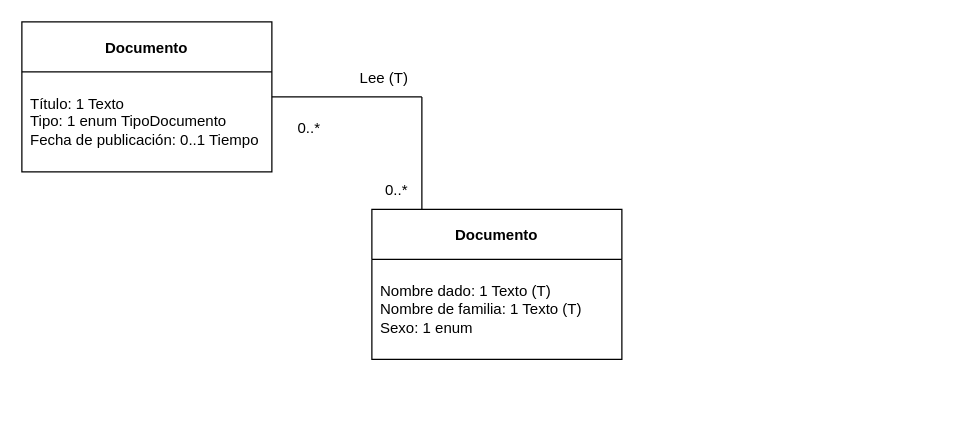
Above: ejercicio29.drawio in ESTHERRODRIGUEZGARCIA/TrabajoGrupal1-EDA (draw.io), before the change. Source tidied: cells renumbered, new cells numbered last; positions are measured from the earlier drawing's top-left corner, leaving out a move shared by most shapes. Both pictures are drawn from the tidied source at 125%, with x=0, y=0 at pixel (21, 21).
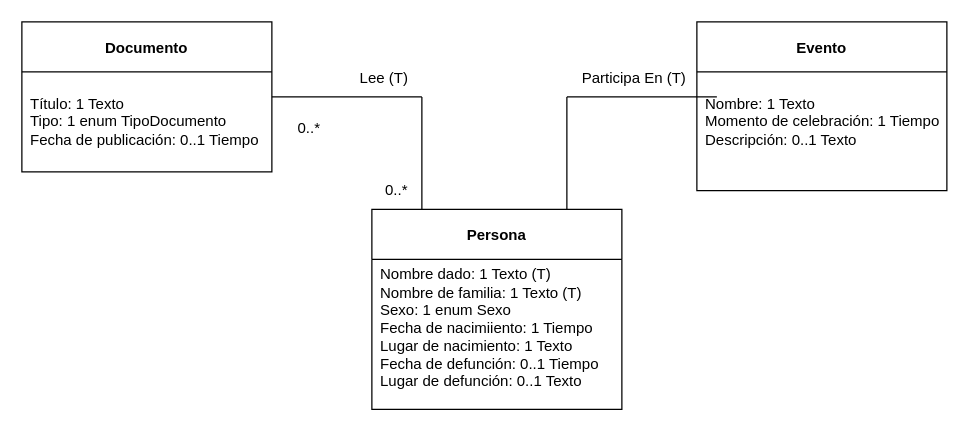
The same page after the edit.

Commit message:
guardar cambios

What changed in the source:
```diff
@@
 <mxGraphModel>
   <root>
     <mxCell id="0" />
     <mxCell id="1" parent="0" />
     <mxCell id="2" value="Documento" style="swimlane;startSize=40;" parent="1" vertex="1">
       <mxGeometry width="200" height="120" as="geometry" />
     </mxCell>
     <mxCell id="3" value="Título: 1 Texto&lt;br&gt;Tipo: 1 enum TipoDocumento&lt;br&gt;Fecha de publicación: 0..1 Tiempo" style="text;html=1;strokeColor=none;fillColor=none;align=left;verticalAlign=middle;whiteSpace=wrap;rounded=0;" parent="2" vertex="1">
       <mxGeometry x="5" y="25" width="190" height="110" as="geometry" />
     </mxCell>
     <mxCell id="4" style="endArrow=none;html=1;exitX=1;exitY=0.5;exitDx=0;exitDy=0;" parent="1" edge="1" source="2">
       <mxGeometry relative="1" as="geometry">
         <mxPoint x="320" y="60" as="targetPoint" />
       </mxGeometry>
     </mxCell>
     <mxCell id="5" value="0..*" style="text;html=1;strokeColor=none;fillColor=none;align=center;verticalAlign=middle;whiteSpace=wrap;rounded=0;" parent="1" vertex="1">
       <mxGeometry x="200" y="70" width="60" height="30" as="geometry" />
     </mxCell>
     <mxCell id="6" value="Lee (T)" style="text;html=1;strokeColor=none;fillColor=none;align=center;verticalAlign=middle;whiteSpace=wrap;rounded=0;" parent="1" vertex="1">
       <mxGeometry x="260" y="30" width="60" height="30" as="geometry" />
     </mxCell>
     <mxCell id="7" style="endArrow=none;html=1;exitX=1;exitY=1;exitDx=0;exitDy=0;" parent="1" edge="1" source="6">
       <mxGeometry relative="1" as="geometry">
         <mxPoint x="320" y="150" as="targetPoint" />
       </mxGeometry>
     </mxCell>
     <mxCell id="8" value="0..*" style="text;html=1;strokeColor=none;fillColor=none;align=center;verticalAlign=middle;whiteSpace=wrap;rounded=0;" parent="1" vertex="1">
       <mxGeometry x="270" y="120" width="60" height="30" as="geometry" />
     </mxCell>
-    <mxCell id="9" value="Documento" style="swimlane;startSize=40;" parent="1" vertex="1">
-      <mxGeometry x="280" y="150" width="200" height="120" as="geometry" />
+    <mxCell id="9" value="Persona" style="swimlane;startSize=40;" parent="1" vertex="1">
+      <mxGeometry x="280" y="150" width="200" height="160" as="geometry" />
     </mxCell>
-    <mxCell id="10" value="Nombre dado: 1 Texto (T)&lt;br&gt;Nombre de familia: 1 Texto (T)&lt;br&gt;Sexo: 1 enum" style="text;html=1;strokeColor=none;fillColor=none;align=left;verticalAlign=middle;whiteSpace=wrap;rounded=0;" parent="9" vertex="1">
-      <mxGeometry x="5" y="25" width="190" height="110" as="geometry" />
+    <mxCell id="10" value="Nombre dado: 1 Texto (T)&lt;br&gt;Nombre de familia: 1 Texto (T)&lt;br&gt;Sexo: 1 enum Sexo&lt;br&gt;Fecha de nacimiiento: 1 Tiempo&lt;br&gt;Lugar de nacimiento: 1 Texto&lt;br&gt;Fecha de defunción: 0..1 Tiempo&lt;br&gt;Lugar de defunción: 0..1 Texto" style="text;html=1;strokeColor=none;fillColor=none;align=left;verticalAlign=middle;whiteSpace=wrap;rounded=0;" parent="9" vertex="1">
+      <mxGeometry x="5" y="40" width="190" height="110" as="geometry" />
     </mxCell>
+    <mxCell id="11" value="Evento" style="swimlane;startSize=40;" parent="1" vertex="1">
+      <mxGeometry x="540" width="200" height="135" as="geometry" />
+    </mxCell>
+    <mxCell id="12" value="Nombre: 1 Texto&lt;br&gt;Momento de celebración: 1 Tiempo&lt;br&gt;Descripción: 0..1 Texto" style="text;html=1;strokeColor=none;fillColor=none;align=left;verticalAlign=middle;whiteSpace=wrap;rounded=0;" parent="11" vertex="1">
+      <mxGeometry x="5" y="25" width="195" height="110" as="geometry" />
+    </mxCell>
+    <mxCell id="13" style="endArrow=none;html=1;exitX=1;exitY=1;exitDx=0;exitDy=0;" parent="1" edge="1">
+      <mxGeometry relative="1" as="geometry">
+        <mxPoint x="436" y="60" as="sourcePoint" />
+        <mxPoint x="436" y="150" as="targetPoint" />
+      </mxGeometry>
+    </mxCell>
+    <mxCell id="14" style="endArrow=none;html=1;exitX=1;exitY=0.5;exitDx=0;exitDy=0;" parent="1" edge="1">
+      <mxGeometry relative="1" as="geometry">
+        <mxPoint x="436" y="60" as="sourcePoint" />
+        <mxPoint x="556" y="60" as="targetPoint" />
+      </mxGeometry>
+    </mxCell>
+    <mxCell id="15" value="Participa En (T)" style="text;html=1;strokeColor=none;fillColor=none;align=center;verticalAlign=middle;whiteSpace=wrap;rounded=0;" parent="1" vertex="1">
+      <mxGeometry x="440" y="30" width="100" height="30" as="geometry" />
+    </mxCell>
   </root>
 </mxGraphModel>
```
